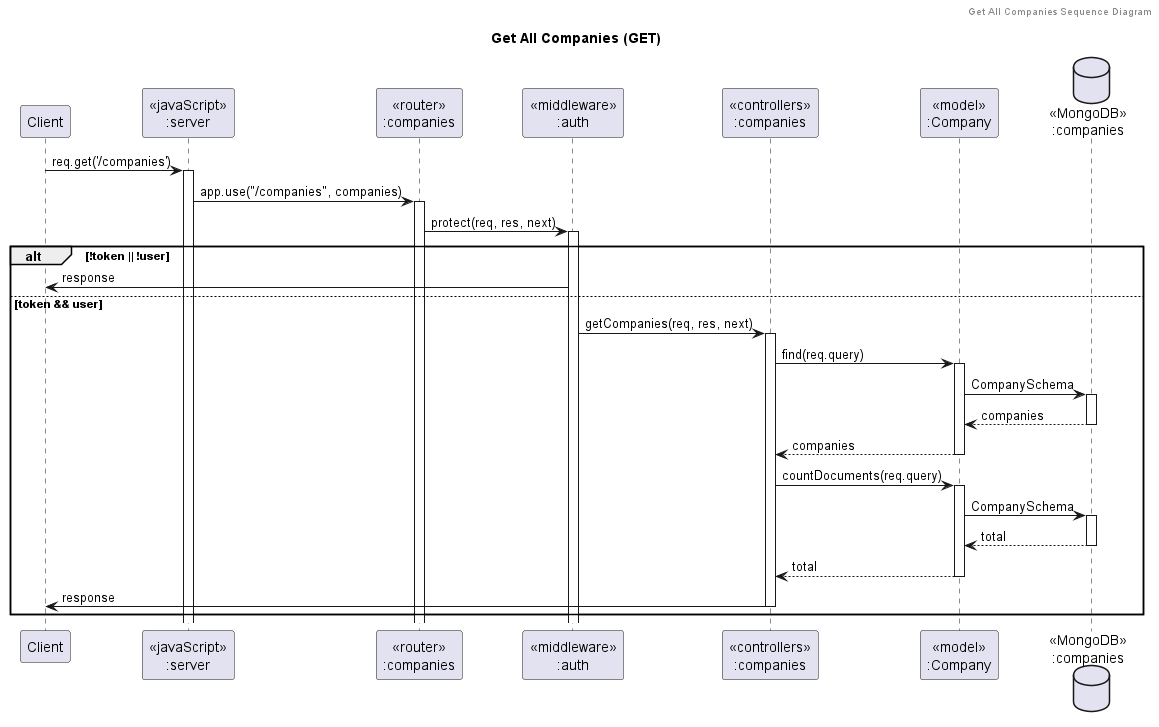
Above: out/diagrams/sequence_diagram/company/get_all_companies/Get All Companies (GET).png in its144prelationship-study/swdevprac-project (PlantUML), before the change. Source of this version:
```plantuml
@startuml Get All Companies (GET)

header Get All Companies Sequence Diagram
title "Get All Companies (GET)"

participant "Client" as client
participant "<<javaScript>>\n:server" as server
participant "<<router>>\n:companies" as routerCompanies
participant "<<middleware>>\n:auth" as authMiddleware
participant "<<controllers>>\n:companies" as controllersCompanies
participant "<<model>>\n:Company" as modelCompanies
database "<<MongoDB>>\n:companies" as CompaniesDatabase

client -> server ++:req.get('/companies')
server -> routerCompanies ++:app.use("/companies", companies)
routerCompanies -> authMiddleware ++:protect(req, res, next)
alt !token || !user
    authMiddleware -> client :response
else token && user
    authMiddleware -> controllersCompanies ++:getCompanies(req, res, next)
    controllersCompanies -> modelCompanies ++:find(req.query)
    modelCompanies -> CompaniesDatabase ++: CompanySchema
    CompaniesDatabase --> modelCompanies --: companies
    controllersCompanies <-- modelCompanies --: companies
    controllersCompanies -> modelCompanies ++:countDocuments(req.query)
    modelCompanies -> CompaniesDatabase ++: CompanySchema
    CompaniesDatabase --> modelCompanies --: total
    controllersCompanies <-- modelCompanies --: total
    controllersCompanies -> client --: response
end

@enduml
```
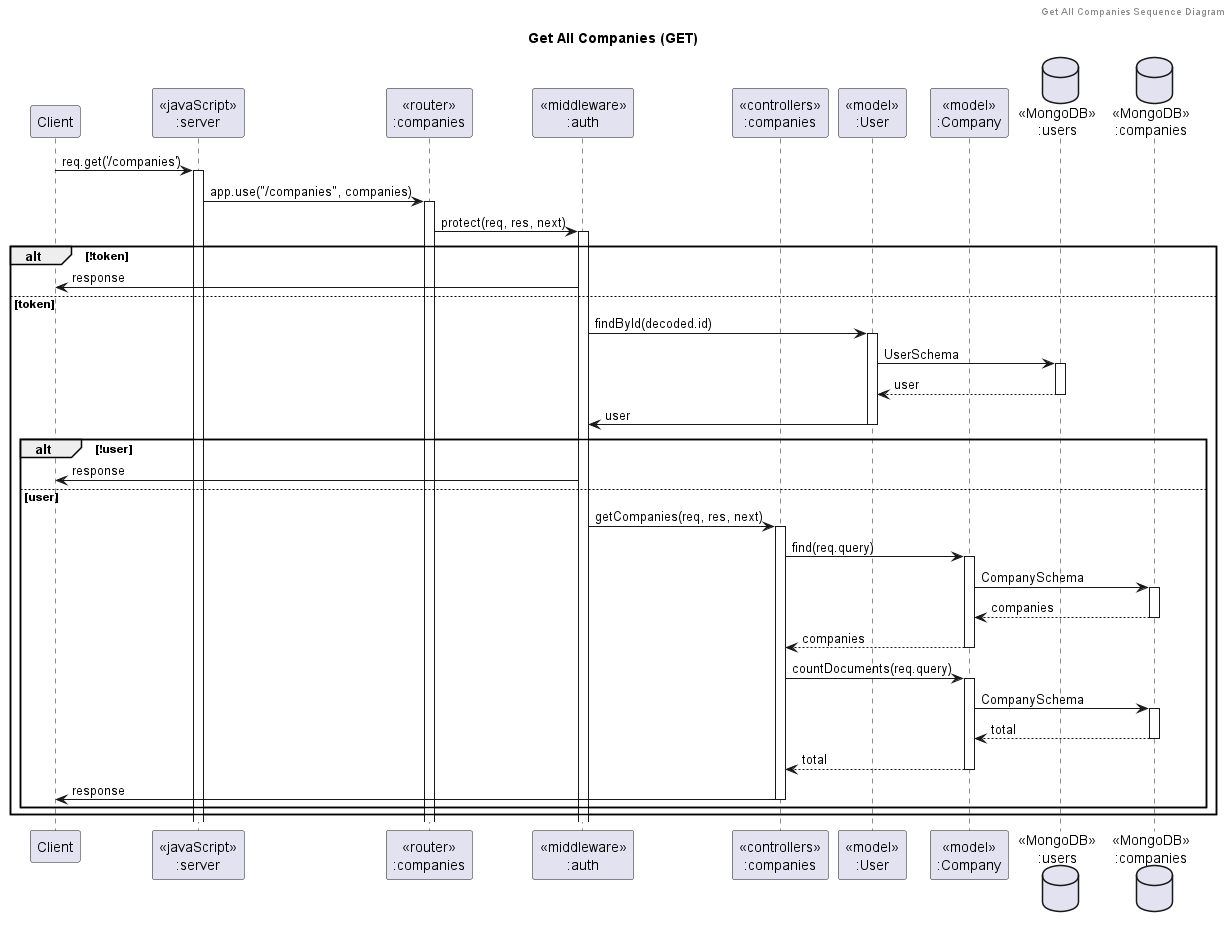
Later version of the same file.

Diff of the diagram source:
```diff
@@ -8,25 +8,35 @@
 participant "<<router>>\n:companies" as routerCompanies
 participant "<<middleware>>\n:auth" as authMiddleware
 participant "<<controllers>>\n:companies" as controllersCompanies
+participant "<<model>>\n:User" as modelUser
 participant "<<model>>\n:Company" as modelCompanies
+database "<<MongoDB>>\n:users" as UsersDatabase
 database "<<MongoDB>>\n:companies" as CompaniesDatabase
 
 client -> server ++:req.get('/companies')
 server -> routerCompanies ++:app.use("/companies", companies)
 routerCompanies -> authMiddleware ++:protect(req, res, next)
-alt !token || !user
+alt !token
     authMiddleware -> client :response
-else token && user
-    authMiddleware -> controllersCompanies ++:getCompanies(req, res, next)
-    controllersCompanies -> modelCompanies ++:find(req.query)
-    modelCompanies -> CompaniesDatabase ++: CompanySchema
-    CompaniesDatabase --> modelCompanies --: companies
-    controllersCompanies <-- modelCompanies --: companies
-    controllersCompanies -> modelCompanies ++:countDocuments(req.query)
-    modelCompanies -> CompaniesDatabase ++: CompanySchema
-    CompaniesDatabase --> modelCompanies --: total
-    controllersCompanies <-- modelCompanies --: total
-    controllersCompanies -> client --: response
+else token
+    authMiddleware -> modelUser ++:findById(decoded.id)
+    modelUser -> UsersDatabase ++: UserSchema
+    UsersDatabase --> modelUser --: user
+    modelUser -> authMiddleware --: user
+    alt !user
+        authMiddleware -> client :response
+    else user
+        authMiddleware -> controllersCompanies ++:getCompanies(req, res, next)
+        controllersCompanies -> modelCompanies ++:find(req.query)
+        modelCompanies -> CompaniesDatabase ++: CompanySchema
+        CompaniesDatabase --> modelCompanies --: companies
+        controllersCompanies <-- modelCompanies --: companies
+        controllersCompanies -> modelCompanies ++:countDocuments(req.query)
+        modelCompanies -> CompaniesDatabase ++: CompanySchema
+        CompaniesDatabase --> modelCompanies --: total
+        controllersCompanies <-- modelCompanies --: total
+        controllersCompanies -> client --: response
+    end
 end
 
 @enduml
```
